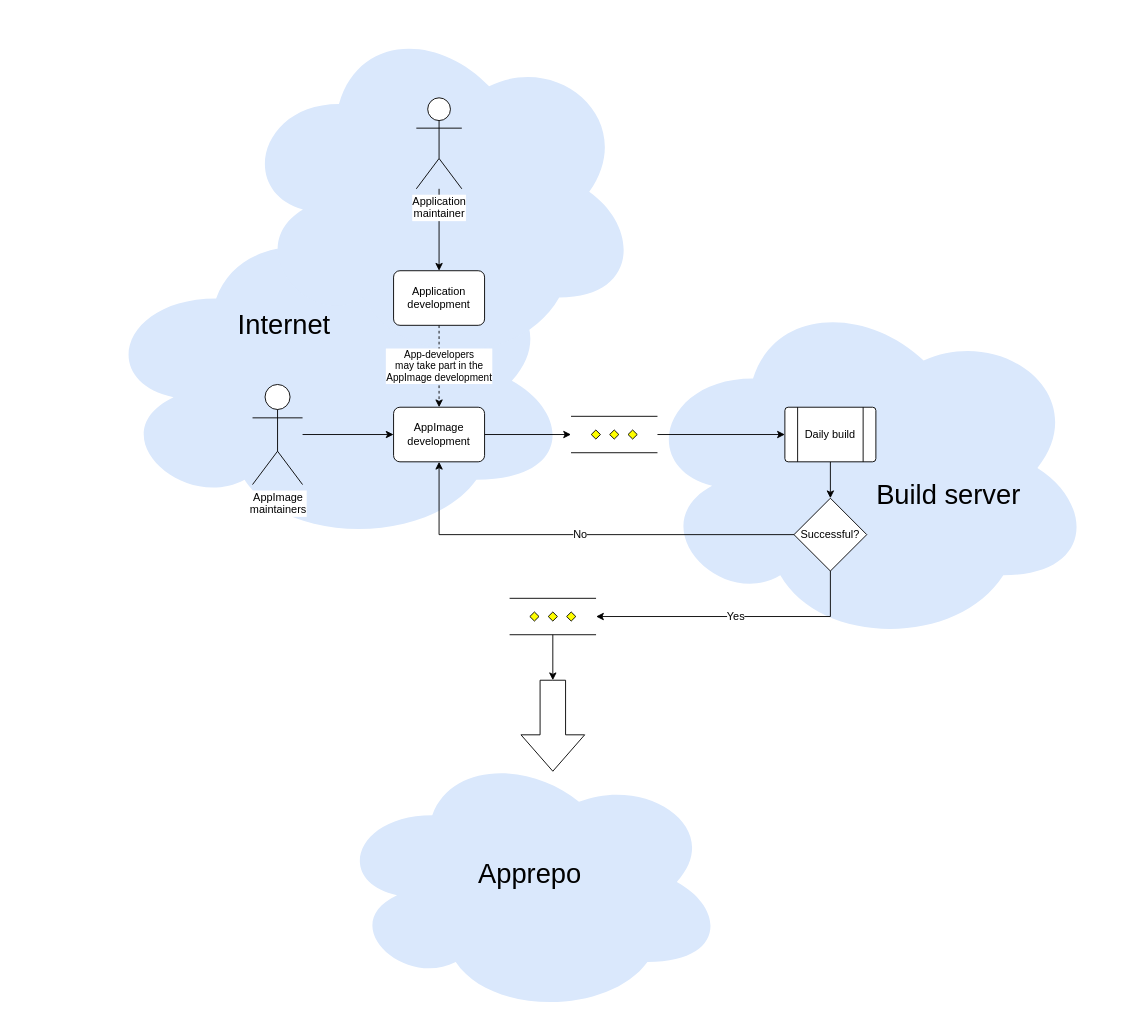
The draw.io diagram charts/flow.drawio in pkgforge-community/nx-appbuild-hub_Store-Web.AppImage, before the edit. Source tidied: cells renumbered, new cells numbered last; positions are measured from the earlier drawing's top-left corner, leaving out a move shared by most shapes. Both pictures are drawn from the tidied source at 91%, with x=0, y=0 at pixel (97, 15).
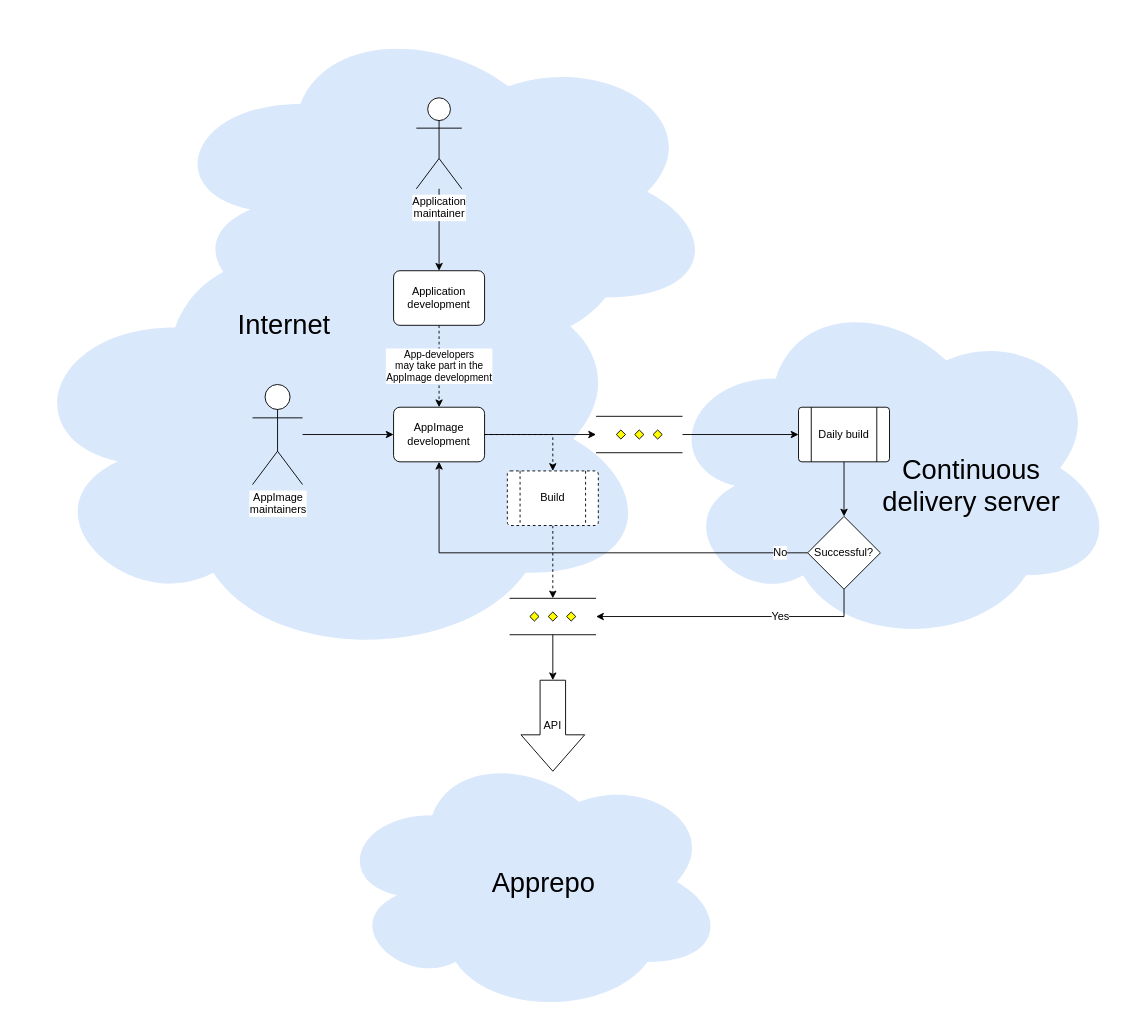
After the change.

Unchanged cells that the change refers to:
```xml
<mxCell id="14" value="AppImage development" style="rounded=1;whiteSpace=wrap;html=1;absoluteArcSize=1;arcSize=14;strokeWidth=1;" parent="1" vertex="1">
  <mxGeometry x="325" y="430" width="100" height="60" as="geometry" />
</mxCell>
<mxCell id="22" style="verticalLabelPosition=bottom;verticalAlign=top;html=1;shape=mxgraph.flowchart.parallel_mode;" parent="1" vertex="1">
  <mxGeometry x="452.5" y="640" width="95" height="40" as="geometry" />
</mxCell>
<mxCell id="24" style="group;" parent="1" vertex="1">
  <mxGeometry x="260" y="710" width="430" height="388.3" as="geometry" />
</mxCell>
<mxCell id="26" style="group;" parent="24" vertex="1">
  <mxGeometry y="95" width="430" height="293.3" as="geometry" />
</mxCell>
```

Diff of the diagram source:
```diff
@@
     <mxCell id="2" style="ellipse;shape=cloud;whiteSpace=wrap;html=1;strokeColor=none;fillColor=#dae8fc;" parent="1" vertex="1">
-      <mxGeometry x="595" y="300" width="500" height="393.3" as="geometry" />
+      <mxGeometry x="620" y="300" width="500" height="393.3" as="geometry" />
     </mxCell>
     <mxCell id="3" style="ellipse;shape=cloud;whiteSpace=wrap;html=1;strokeColor=none;fillColor=#dae8fc;" parent="1" vertex="1">
-      <mxGeometry y="220" width="520" height="362" as="geometry" />
+      <mxGeometry x="-90" y="220" width="700" height="490" as="geometry" />
     </mxCell>
     <mxCell id="4" style="ellipse;shape=cloud;whiteSpace=wrap;html=1;strokeColor=none;fillColor=#dae8fc;" parent="1" vertex="1">
-      <mxGeometry x="155" width="440" height="386.7" as="geometry" />
+      <mxGeometry x="70" width="610" height="386.7" as="geometry" />
     </mxCell>
@@
     <mxCell id="10" style="verticalLabelPosition=bottom;verticalAlign=top;html=1;shape=mxgraph.flowchart.parallel_mode;" parent="1" vertex="1">
-      <mxGeometry x="520" y="440" width="95" height="40" as="geometry" />
+      <mxGeometry x="547.5" y="440" width="95" height="40" as="geometry" />
     </mxCell>
@@
+    <mxCell id="29" style="edgeStyle=orthogonalEdgeStyle;rounded=0;jettySize=auto;html=1;entryX=0.5;entryY=0;entryDx=0;entryDy=0;fontSize=12;dashed=1;" parent="1" edge="1" source="14" target="32">
+      <mxGeometry relative="1" as="geometry">
+        <Array as="points">
+          <mxPoint x="500" y="460" />
+        </Array>
+      </mxGeometry>
+    </mxCell>
@@
-    <mxCell id="16" value="No" style="edgeStyle=orthogonalEdgeStyle;rounded=0;jettySize=auto;html=1;entryX=0.5;entryY=1;entryDx=0;entryDy=0;fontSize=12;" parent="1" edge="1" source="17" target="14">
-      <mxGeometry relative="1" as="geometry" />
+    <mxCell id="16" value="No" style="edgeStyle=orthogonalEdgeStyle;rounded=0;jettySize=auto;html=1;entryX=0.5;entryY=1;entryDx=0;entryDy=0;fontSize=12;exitX=0;exitY=0.5;exitDx=0;exitDy=0;exitPerimeter=0;" parent="1" edge="1" source="17" target="14">
+      <mxGeometry x="-0.88" relative="1" as="geometry">
+        <Array as="points">
+          <mxPoint x="780" y="590" />
+          <mxPoint x="375" y="590" />
+        </Array>
+      </mxGeometry>
     </mxCell>
     <mxCell id="17" value="&lt;font style=&quot;font-size: 12px&quot;&gt;Successful?&lt;/font&gt;" style="strokeWidth=1;html=1;shape=mxgraph.flowchart.decision;whiteSpace=wrap;" parent="1" vertex="1">
-      <mxGeometry x="765" y="530" width="80" height="80" as="geometry" />
+      <mxGeometry x="780" y="550" width="80" height="80" as="geometry" />
     </mxCell>
@@
     <mxCell id="19" value="Daily build" style="html=1;shape=process;whiteSpace=wrap;rounded=1;size=0.14;arcSize=6;strokeWidth=1;" parent="1" vertex="1">
-      <mxGeometry x="755" y="430" width="100" height="60" as="geometry" />
+      <mxGeometry x="770" y="430" width="100" height="60" as="geometry" />
     </mxCell>
-    <mxCell id="20" value="Build server" style="text;html=1;strokeColor=none;fillColor=none;align=center;verticalAlign=middle;whiteSpace=wrap;rounded=0;fontSize=30;" parent="1" vertex="1">
-      <mxGeometry x="845" y="500" width="180" height="51.4" as="geometry" />
+    <mxCell id="20" value="Continuous &lt;br&gt;delivery server" style="text;html=1;strokeColor=none;fillColor=none;align=center;verticalAlign=middle;whiteSpace=wrap;rounded=0;fontSize=30;" parent="1" vertex="1">
+      <mxGeometry x="790" y="460" width="340" height="112.8" as="geometry" />
     </mxCell>
@@
     <mxCell id="23" value="Yes" style="edgeStyle=orthogonalEdgeStyle;rounded=0;jettySize=auto;html=1;entryX=1;entryY=0.5;entryDx=0;entryDy=0;entryPerimeter=0;fontSize=12;exitX=0.5;exitY=1;exitDx=0;exitDy=0;exitPerimeter=0;" parent="1" edge="1" source="17" target="22">
-      <mxGeometry relative="1" as="geometry" />
+      <mxGeometry x="-0.34" relative="1" as="geometry" />
     </mxCell>
@@
     <mxCell id="28" value="Apprepo" style="text;html=1;strokeColor=none;fillColor=none;align=center;verticalAlign=middle;whiteSpace=wrap;rounded=0;fontSize=30;" parent="26" vertex="1">
-      <mxGeometry x="125" y="111" width="180" height="51.4" as="geometry" />
+      <mxGeometry x="140" y="121" width="180" height="51.4" as="geometry" />
     </mxCell>
+    <mxCell id="30" value="API" style="text;html=1;strokeColor=none;fillColor=none;align=center;verticalAlign=middle;whiteSpace=wrap;rounded=0;fontSize=12;" parent="24" vertex="1">
+      <mxGeometry x="220" y="60" width="40" height="20" as="geometry" />
+    </mxCell>
+    <mxCell id="31" style="edgeStyle=orthogonalEdgeStyle;rounded=0;jettySize=auto;html=1;entryX=0.5;entryY=0;entryDx=0;entryDy=0;entryPerimeter=0;dashed=1;fontSize=12;" parent="1" edge="1" source="32" target="22">
+      <mxGeometry relative="1" as="geometry" />
+    </mxCell>
+    <mxCell id="32" value="Build" style="html=1;shape=process;whiteSpace=wrap;rounded=1;size=0.14;arcSize=6;strokeWidth=1;dashed=1;" parent="1" vertex="1">
+      <mxGeometry x="450" y="500" width="100" height="60" as="geometry" />
+    </mxCell>
```
